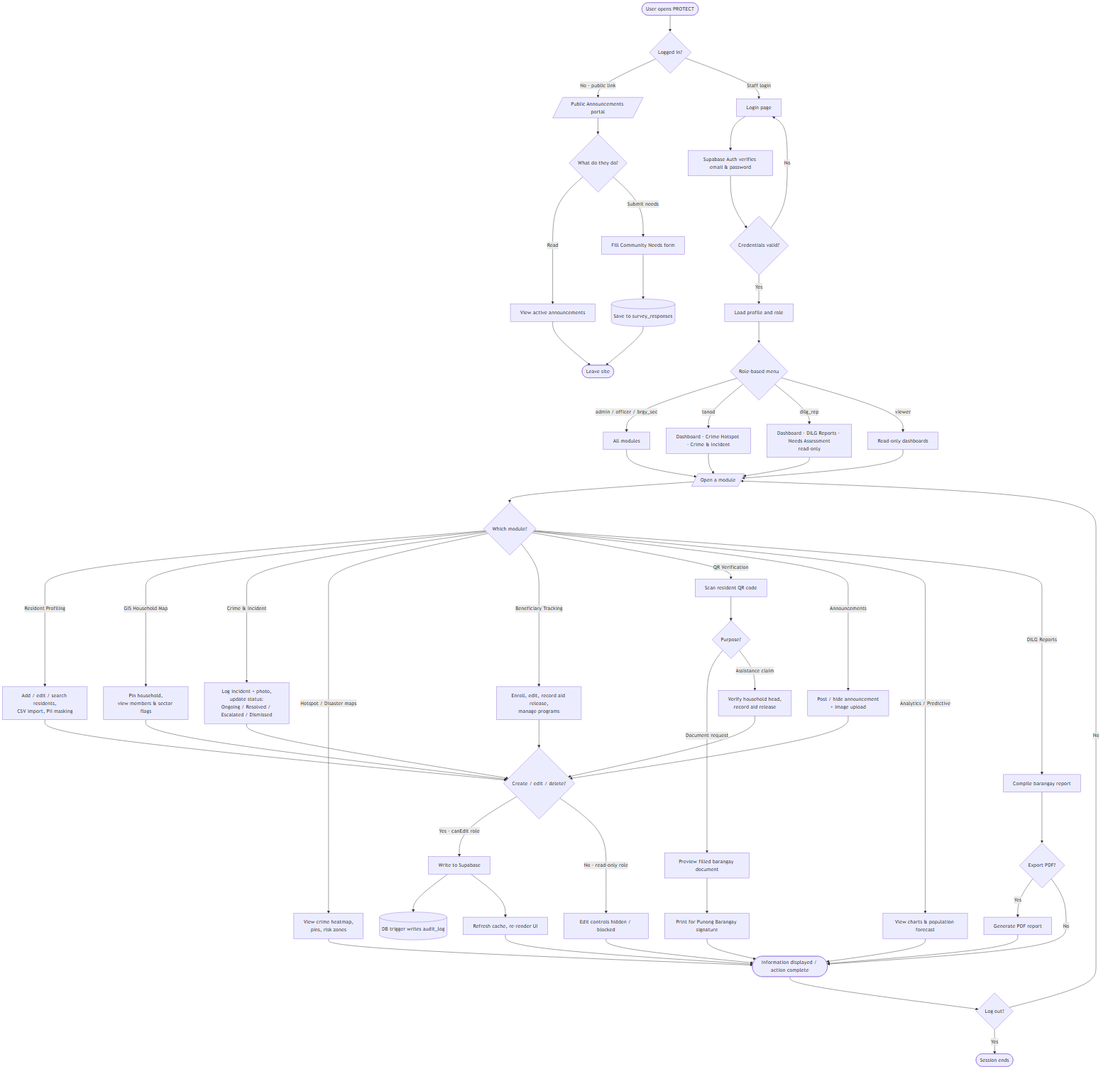
The Mermaid diagram diagrams/flowchart.png in KellyEspera/protect, before a commit. Its source is kept beside it as diagrams/flowchart.mmd.
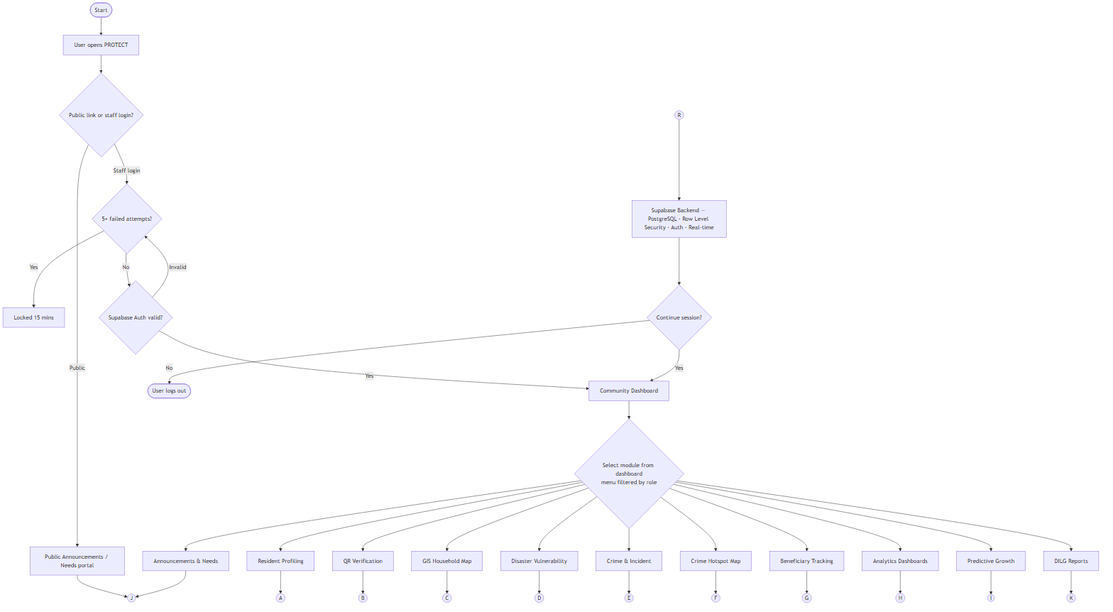
Above is the later version.

Diff of the diagram source:
```diff
@@ -1,70 +1,29 @@
 flowchart TD
-    Start([User opens PROTECT]) --> Mode{Logged in?}
+    Start([Start]) --> Open[User opens PROTECT]
+    Open --> Access{Public link or staff login?}
 
-    Mode -- "No · public link" --> Pub[/Public Announcements portal/]
-    Pub --> PubAct{What do they do?}
-    PubAct -- Read --> PubRead[View active announcements]
-    PubAct -- Submit needs --> PubForm[Fill Community Needs form]
-    PubForm --> SaveSurvey[(Save to survey_responses)]
-    PubRead --> PubEnd([Leave site])
-    SaveSurvey --> PubEnd
+    Access -- Public --> Pub[Public Announcements / Needs portal] --> J((J))
 
-    Mode -- "Staff login" --> Login[Login page]
-    Login --> Auth[Supabase Auth verifies email & password]
-    Auth --> Valid{Credentials valid?}
-    Valid -- No --> Login
-    Valid -- Yes --> LoadRole[Load profile and role]
+    Access -- Staff login --> Fail{5+ failed attempts?}
+    Fail -- Yes --> Lock[Locked 15 mins]
+    Fail -- No --> Auth{Supabase Auth valid?}
+    Auth -- Invalid --> Fail
+    Auth -- Yes --> Dash[Community Dashboard]
 
-    LoadRole --> Route{Role-based menu}
-    Route -- "admin / officer / brgy_sec" --> RAll[All modules]
-    Route -- tanod --> RT[Dashboard · Crime Hotspot · Crime & Incident]
-    Route -- dilg_rep --> RD[Dashboard · DILG Reports · Needs Assessment<br/>read-only]
-    Route -- viewer --> RV[Read-only dashboards]
+    Dash --> Sel{Select module from dashboard<br/>menu filtered by role}
+    Sel --> M1[Resident Profiling] --> A((A))
+    Sel --> M2[QR Verification] --> B((B))
+    Sel --> M3[GIS Household Map] --> C((C))
+    Sel --> M4[Disaster Vulnerability] --> D((D))
+    Sel --> M5[Crime & Incident] --> E((E))
+    Sel --> M6[Crime Hotspot Map] --> F((F))
+    Sel --> M7[Beneficiary Tracking] --> G((G))
+    Sel --> M8[Analytics Dashboards] --> H((H))
+    Sel --> M9[Predictive Growth] --> I((I))
+    Sel --> M10[Announcements & Needs] --> J
+    Sel --> M11[DILG Reports] --> K((K))
 
-    RAll --> Module
-    RT --> Module
-    RD --> Module
-    RV --> Module
-
-    Module[/Open a module/] --> Which{Which module?}
-    Which -- Resident Profiling --> Res[Add / edit / search residents,<br/>CSV import, PII masking]
-    Which -- GIS Household Map --> Gis[Pin household,<br/>view members & sector flags]
-    Which -- Crime & Incident --> Inc[Log incident + photo,<br/>update status:<br/>Ongoing / Resolved / Escalated / Dismissed]
-    Which -- "Hotspot / Disaster maps" --> Maps[View crime heatmap,<br/>pins, risk zones]
-    Which -- Beneficiary Tracking --> Ben[Enroll, edit, record aid release,<br/>manage programs]
-    Which -- QR Verification --> Qr[Scan resident QR code]
-    Which -- Announcements --> Ann[Post / hide announcement<br/>+ image upload]
-    Which -- "Analytics / Predictive" --> Cht[View charts & population forecast]
-    Which -- DILG Reports --> Rep[Compile barangay report]
-
-    Qr --> QrType{Purpose?}
-    QrType -- Document request --> Doc[Preview filled barangay document]
-    Doc --> Print[Print for Punong Barangay signature]
-    QrType -- Assistance claim --> Rel[Verify household head,<br/>record aid release]
-
-    Res --> Gate
-    Gis --> Gate
-    Inc --> Gate
-    Ben --> Gate
-    Ann --> Gate
-    Rel --> Gate
-    Gate{Create / edit / delete?}
-    Gate -- "Yes · canEdit role" --> Write[Write to Supabase]
-    Gate -- "No · read-only role" --> Block[Edit controls hidden / blocked]
-    Write --> Audit[(DB trigger writes audit_log)]
-    Write --> Refresh[Refresh cache, re-render UI]
-
-    Rep --> Export{Export PDF?}
-    Export -- Yes --> Pdf[Generate PDF report]
-    Export -- No --> Show
-    Pdf --> Show
-    Maps --> Show
-    Cht --> Show
-    Print --> Show
-    Refresh --> Show
-    Block --> Show
-    Show([Information displayed / action complete])
-
-    Show --> Logout{Log out?}
-    Logout -- No --> Module
-    Logout -- Yes --> End([Session ends])
+    R((R)) --> Backend[Supabase Backend — PostgreSQL · Row Level Security · Auth · Real-time]
+    Backend --> Cont{Continue session?}
+    Cont -- Yes --> Dash
+    Cont -- No --> Out([User logs out])
```
